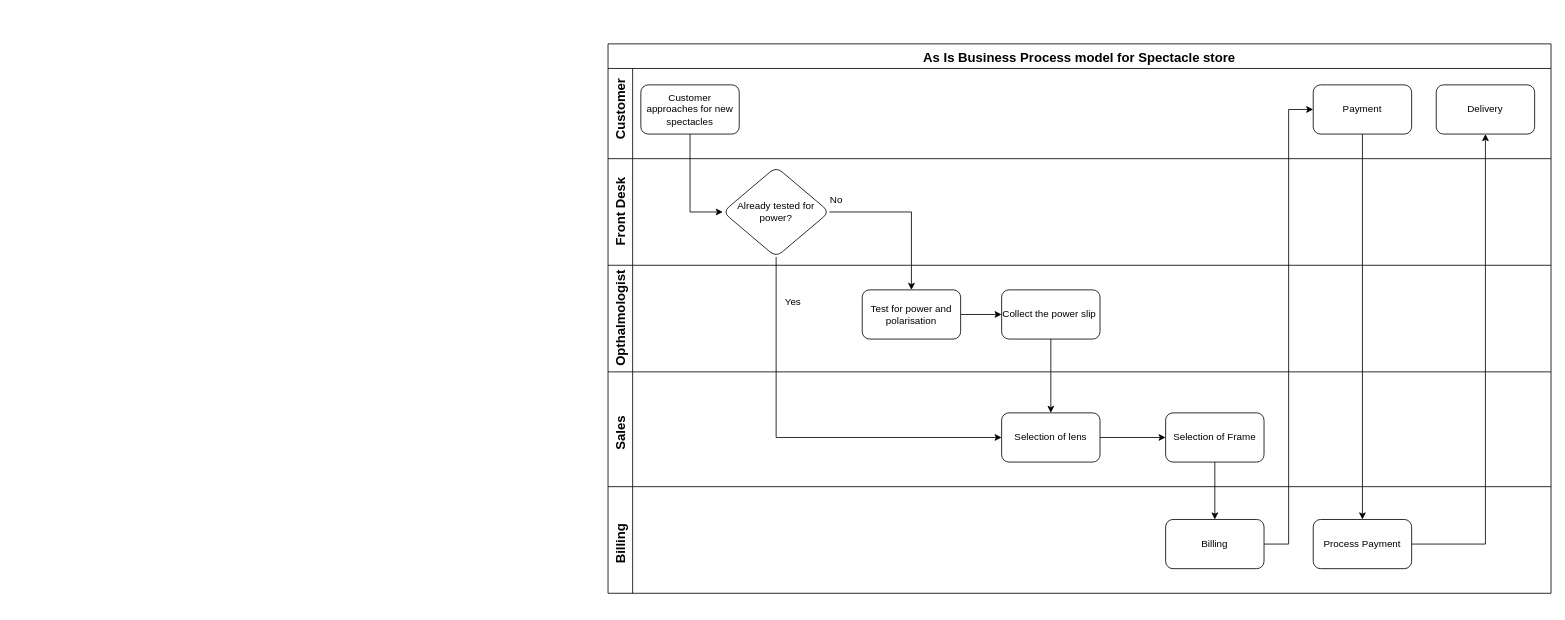
The draw.io diagram ISM Assignment.drawio in Aniruddh-0701/Aniruddh-0701, before the edit. Source tidied: cells renumbered, new cells numbered last; positions are measured from the earlier drawing's top-left corner, leaving out a move shared by most shapes. Both pictures are drawn from the tidied source at 82%, with x=0, y=0 at pixel (558, 43).
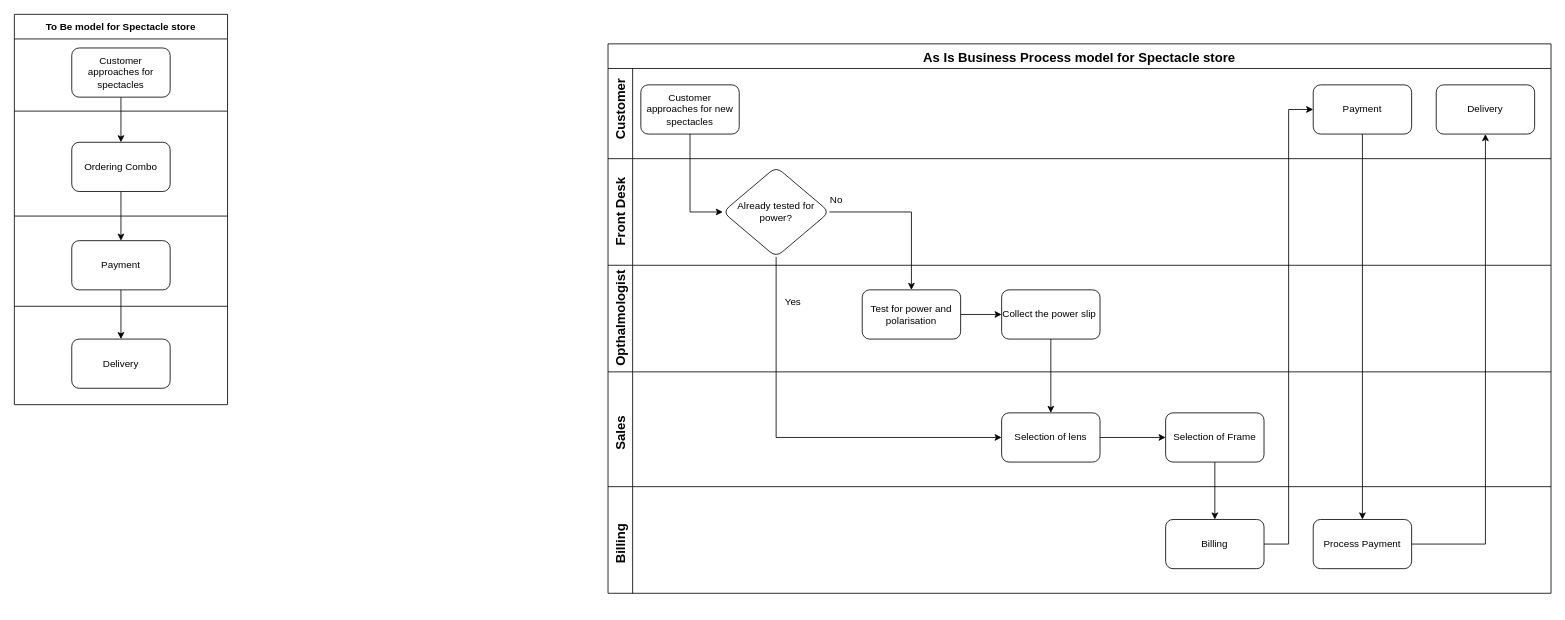
After the change.

The edit, as a diff of the source:
```diff
@@
+    <mxCell id="45" style="edgeStyle=orthogonalEdgeStyle;rounded=0;jettySize=auto;html=1;exitX=0.5;exitY=1;exitDx=0;exitDy=0;entryX=0.5;entryY=0;entryDx=0;entryDy=0;" parent="1" edge="1" source="46" target="48">
+      <mxGeometry relative="1" as="geometry" />
+    </mxCell>
+    <mxCell id="46" value="Customer approaches for spectacles" style="rounded=1;whiteSpace=wrap;html=1;" parent="1" vertex="1">
+      <mxGeometry x="-594" y="5" width="120" height="60" as="geometry" />
+    </mxCell>
+    <mxCell id="47" style="edgeStyle=orthogonalEdgeStyle;rounded=0;jettySize=auto;html=1;exitX=0.5;exitY=1;exitDx=0;exitDy=0;entryX=0.5;entryY=0;entryDx=0;entryDy=0;" parent="1" edge="1" source="48" target="50">
+      <mxGeometry relative="1" as="geometry" />
+    </mxCell>
+    <mxCell id="48" value="Ordering Combo" style="whiteSpace=wrap;html=1;rounded=1;" parent="1" vertex="1">
+      <mxGeometry x="-594" y="120" width="120" height="60" as="geometry" />
+    </mxCell>
+    <mxCell id="49" style="edgeStyle=orthogonalEdgeStyle;rounded=0;jettySize=auto;html=1;exitX=0.5;exitY=1;exitDx=0;exitDy=0;entryX=0.5;entryY=0;entryDx=0;entryDy=0;" parent="1" edge="1" source="50" target="51">
+      <mxGeometry relative="1" as="geometry" />
+    </mxCell>
+    <mxCell id="50" value="Payment" style="whiteSpace=wrap;html=1;rounded=1;" parent="1" vertex="1">
+      <mxGeometry x="-594" y="240" width="120" height="60" as="geometry" />
+    </mxCell>
+    <mxCell id="51" value="Delivery" style="whiteSpace=wrap;html=1;rounded=1;" parent="1" vertex="1">
+      <mxGeometry x="-594" y="360" width="120" height="60" as="geometry" />
+    </mxCell>
+    <mxCell id="52" value="To Be model for Spectacle store" style="shape=table;startSize=30;childLayout=tableLayout;fontStyle=1;" parent="1" vertex="1">
+      <mxGeometry x="-664" y="-36" width="260" height="476" as="geometry" />
+    </mxCell>
+    <mxCell id="53" style="shape=tableRow;horizontal=0;startSize=0;swimlaneHead=0;swimlaneBody=0;strokeColor=inherit;top=0;left=0;bottom=0;right=0;fillColor=none;" parent="52" vertex="1">
+      <mxGeometry y="30" width="260" height="88" as="geometry" />
+    </mxCell>
+    <mxCell id="54" style="shape=partialRectangle;html=1;whiteSpace=wrap;strokeColor=inherit;overflow=hidden;fillColor=none;top=0;left=0;bottom=0;right=0;" parent="53" vertex="1">
+      <mxGeometry width="260" height="88" as="geometry" />
+    </mxCell>
+    <mxCell id="55" style="shape=tableRow;horizontal=0;startSize=0;swimlaneHead=0;swimlaneBody=0;strokeColor=inherit;top=0;left=0;bottom=0;right=0;fillColor=none;" parent="52" vertex="1">
+      <mxGeometry y="118" width="260" height="128" as="geometry" />
+    </mxCell>
+    <mxCell id="56" style="shape=partialRectangle;html=1;whiteSpace=wrap;strokeColor=inherit;overflow=hidden;fillColor=none;top=0;left=0;bottom=0;right=0;" parent="55" vertex="1">
+      <mxGeometry width="260" height="128" as="geometry" />
+    </mxCell>
+    <mxCell id="57" style="shape=tableRow;horizontal=0;startSize=0;swimlaneHead=0;swimlaneBody=0;strokeColor=inherit;top=0;left=0;bottom=0;right=0;fillColor=none;" parent="52" vertex="1">
+      <mxGeometry y="246" width="260" height="110" as="geometry" />
+    </mxCell>
+    <mxCell id="58" style="shape=partialRectangle;html=1;whiteSpace=wrap;strokeColor=inherit;overflow=hidden;fillColor=none;top=0;left=0;bottom=0;right=0;" parent="57" vertex="1">
+      <mxGeometry width="260" height="110" as="geometry" />
+    </mxCell>
+    <mxCell id="59" style="shape=tableRow;horizontal=0;startSize=0;swimlaneHead=0;swimlaneBody=0;strokeColor=inherit;top=0;left=0;bottom=0;right=0;fillColor=none;" parent="52" vertex="1">
+      <mxGeometry y="356" width="260" height="120" as="geometry" />
+    </mxCell>
+    <mxCell id="60" style="shape=partialRectangle;html=1;whiteSpace=wrap;strokeColor=inherit;overflow=hidden;fillColor=none;top=0;left=0;bottom=0;right=0;" parent="59" vertex="1">
+      <mxGeometry width="260" height="120" as="geometry" />
+    </mxCell>
```
